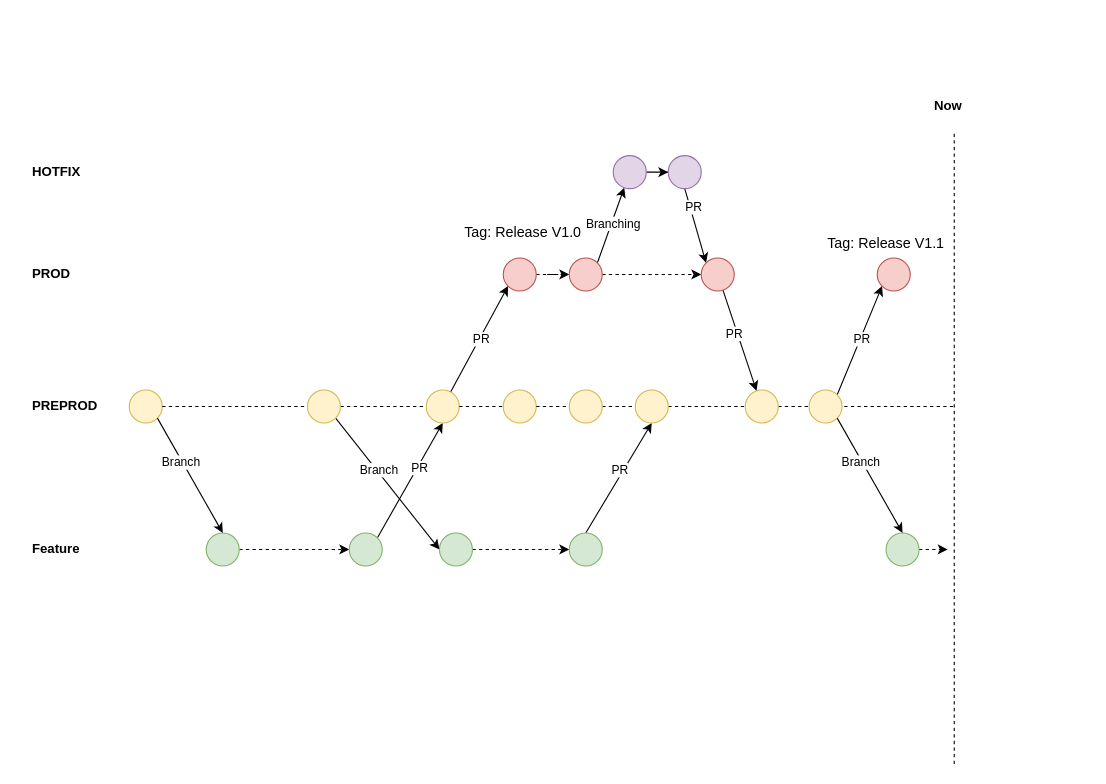
This is Untitled Diagram.drawio from jijeeshme/diagrams, a draw.io file, before an edit. Source tidied: cells renumbered, new cells numbered last; positions are measured from the earlier drawing's top-left corner, leaving out a move shared by most shapes. Both pictures are drawn from the tidied source at 110%, with x=0, y=0 at pixel (30, 89).
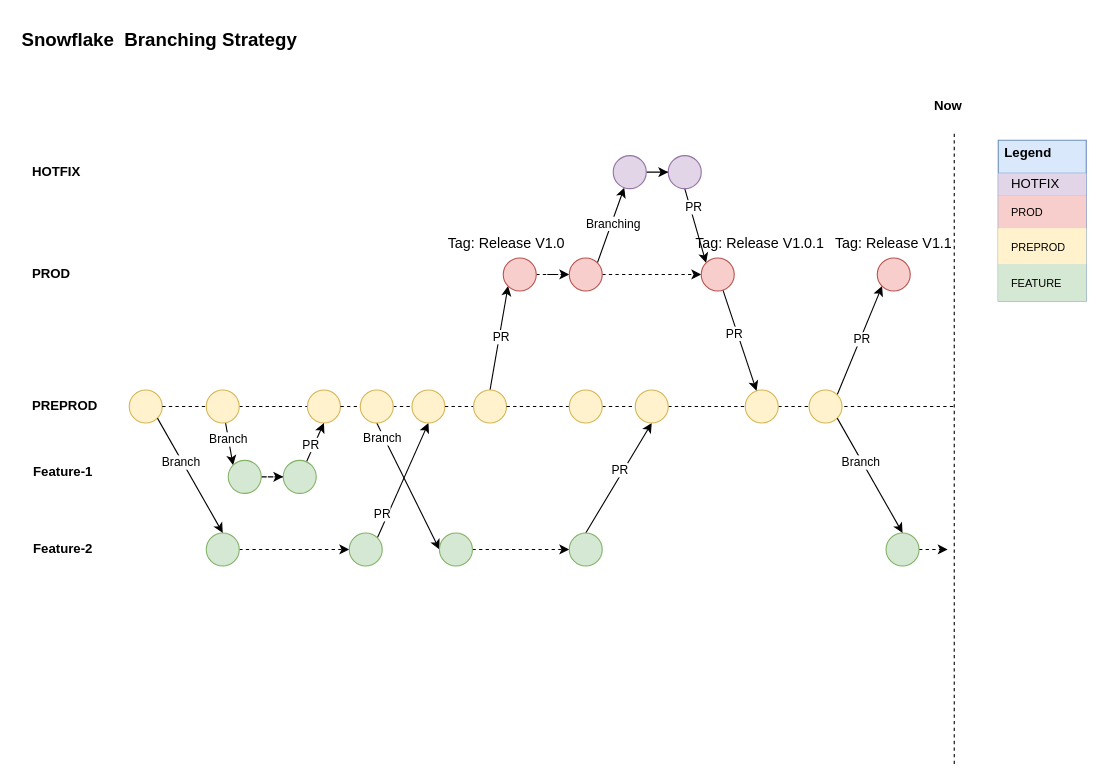
The same diagram, later.

Unchanged cells that the change refers to:
```xml
<mxCell id="2" style="ellipse;whiteSpace=wrap;html=1;fillColor=#fff2cc;strokeColor=#d6b656;" parent="1" vertex="1">
  <mxGeometry x="90" y="273" width="30" height="30" as="geometry" />
</mxCell>
<mxCell id="10" style="rounded=0;jettySize=auto;html=1;exitX=1;exitY=0;exitDx=0;exitDy=0;entryX=0.5;entryY=1;entryDx=0;entryDy=0;" parent="1" edge="1" source="12" target="16">
  <mxGeometry relative="1" as="geometry" />
</mxCell>
<mxCell id="18" style="ellipse;whiteSpace=wrap;html=1;fillColor=#f8cecc;strokeColor=#b85450;" parent="1" vertex="1">
  <mxGeometry x="430" y="153" width="30" height="30" as="geometry" />
</mxCell>
<mxCell id="23" style="ellipse;whiteSpace=wrap;html=1;fillColor=#fff2cc;strokeColor=#d6b656;" parent="1" vertex="1">
  <mxGeometry x="252" y="273" width="30" height="30" as="geometry" />
</mxCell>
<mxCell id="25" style="ellipse;whiteSpace=wrap;html=1;fillColor=#d5e8d4;strokeColor=#82b366;" parent="1" vertex="1">
  <mxGeometry x="372" y="403" width="30" height="30" as="geometry" />
</mxCell>
```

The edit, as a diff of the source:
```diff
@@
-    <mxCell id="7" value="Feature" style="text;html=1;strokeColor=none;fillColor=none;align=left;verticalAlign=middle;whiteSpace=wrap;rounded=0;fontStyle=1;" parent="1" vertex="1">
-      <mxGeometry y="403" width="60" height="30" as="geometry" />
+    <mxCell id="7" value="Feature-2" style="text;html=1;strokeColor=none;fillColor=none;align=left;verticalAlign=middle;whiteSpace=wrap;rounded=0;fontStyle=1;" parent="1" vertex="1">
+      <mxGeometry x="1" y="403" width="60" height="30" as="geometry" />
     </mxCell>
@@
     <mxCell id="11" value="PR" style="edgeLabel;html=1;align=center;verticalAlign=middle;" parent="10" vertex="1">
-      <mxGeometry x="0.23" y="-1" relative="1" as="geometry" />
+      <mxGeometry x="0.23" y="-1" relative="1" as="geometry">
+        <mxPoint x="-25" y="42" as="offset" />
+      </mxGeometry>
     </mxCell>
@@
-    <mxCell id="13" style="endArrow=none;dashed=1;html=1;rounded=0;exitX=1;exitY=0.5;exitDx=0;exitDy=0;" parent="1" edge="1" source="23" target="16">
+    <mxCell id="13" style="endArrow=none;dashed=1;html=1;rounded=0;exitX=1;exitY=0.5;exitDx=0;exitDy=0;" parent="1" edge="1" source="82" target="16">
       <mxGeometry relative="1" as="geometry" />
     </mxCell>
-    <mxCell id="14" style="rounded=0;jettySize=auto;html=1;entryX=0;entryY=1;entryDx=0;entryDy=0;" parent="1" edge="1" source="16" target="18">
+    <mxCell id="14" style="rounded=0;jettySize=auto;html=1;entryX=0;entryY=1;entryDx=0;entryDy=0;exitX=0.5;exitY=0;exitDx=0;exitDy=0;" parent="1" edge="1" source="45" target="18">
       <mxGeometry relative="1" as="geometry" />
     </mxCell>
@@
     <mxCell id="16" style="ellipse;whiteSpace=wrap;html=1;fillColor=#fff2cc;strokeColor=#d6b656;" parent="1" vertex="1">
-      <mxGeometry x="360" y="273" width="30" height="30" as="geometry" />
+      <mxGeometry x="347" y="273" width="30" height="30" as="geometry" />
     </mxCell>
@@
-    <mxCell id="20" style="endArrow=none;dashed=1;html=1;rounded=0;exitX=1;exitY=0.5;exitDx=0;exitDy=0;" parent="1" edge="1" source="2" target="23">
+    <mxCell id="20" style="endArrow=none;dashed=1;html=1;rounded=0;exitX=1;exitY=0.5;exitDx=0;exitDy=0;" parent="1" edge="1" source="74" target="23">
       <mxGeometry relative="1" as="geometry" />
     </mxCell>
-    <mxCell id="21" style="rounded=0;jettySize=auto;html=1;exitX=1;exitY=1;exitDx=0;exitDy=0;entryX=0;entryY=0.5;entryDx=0;entryDy=0;" parent="1" edge="1" source="23" target="25">
+    <mxCell id="21" style="rounded=0;jettySize=auto;html=1;exitX=0.5;exitY=1;exitDx=0;exitDy=0;entryX=0;entryY=0.5;entryDx=0;entryDy=0;" parent="1" edge="1" source="82" target="25">
       <mxGeometry relative="1" as="geometry" />
     </mxCell>
     <mxCell id="22" value="Branch" style="edgeLabel;html=1;align=center;verticalAlign=middle;" parent="21" vertex="1">
-      <mxGeometry x="-0.2" y="1" relative="1" as="geometry" />
+      <mxGeometry x="-0.2" y="1" relative="1" as="geometry">
+        <mxPoint x="-19" y="-32" as="offset" />
+      </mxGeometry>
     </mxCell>
@@
     <mxCell id="29" value="&lt;h1 style=&quot;font-size: 13px;&quot;&gt;&lt;span style=&quot;font-weight: normal;&quot;&gt;Tag: Release V1.0&lt;/span&gt;&lt;/h1&gt;" style="text;html=1;strokeColor=none;fillColor=none;spacing=5;spacingTop=-20;whiteSpace=wrap;overflow=hidden;rounded=0;fontSize=13;" parent="1" vertex="1">
-      <mxGeometry x="390" y="123" width="130" height="20" as="geometry" />
+      <mxGeometry x="375" y="133" width="130" height="20" as="geometry" />
     </mxCell>
@@
     <mxCell id="35" value="&lt;h1 style=&quot;font-size: 13px;&quot;&gt;&lt;span style=&quot;font-weight: normal;&quot;&gt;Tag: Release V1.1&lt;/span&gt;&lt;/h1&gt;" style="text;html=1;strokeColor=none;fillColor=none;spacing=5;spacingTop=-20;whiteSpace=wrap;overflow=hidden;rounded=0;fontSize=13;" parent="1" vertex="1">
-      <mxGeometry x="720" y="133" width="130" height="20" as="geometry" />
+      <mxGeometry x="727" y="133" width="130" height="20" as="geometry" />
     </mxCell>
@@
     <mxCell id="45" style="ellipse;whiteSpace=wrap;html=1;fillColor=#fff2cc;strokeColor=#d6b656;" parent="1" vertex="1">
-      <mxGeometry x="430" y="273" width="30" height="30" as="geometry" />
+      <mxGeometry x="403" y="273" width="30" height="30" as="geometry" />
     </mxCell>
@@
+    <mxCell id="61" value="Legend" style="shape=table;startSize=30;childLayout=tableLayout;fontSize=12;align=left;verticalAlign=top;fillColor=#dae8fc;strokeColor=#6c8ebf;fontStyle=1;spacingLeft=6;spacing=0;" parent="1" vertex="1">
+      <mxGeometry x="880" y="46" width="80" height="146" as="geometry" />
+    </mxCell>
+    <mxCell id="62" style="shape=tableRow;horizontal=0;startSize=0;swimlaneHead=0;swimlaneBody=0;strokeColor=inherit;top=0;left=0;bottom=0;right=0;fillColor=none;fontSize=10;" parent="61" vertex="1">
+      <mxGeometry y="30" width="80" height="20" as="geometry" />
+    </mxCell>
+    <mxCell id="63" value="HOTFIX" style="shape=partialRectangle;html=1;whiteSpace=wrap;strokeColor=#9673a6;overflow=hidden;fillColor=#e1d5e7;top=0;left=0;bottom=0;right=0;fontSize=12;align=left;spacingLeft=10;spacingRight=4;" parent="62" vertex="1">
+      <mxGeometry width="80" height="20" as="geometry" />
+    </mxCell>
+    <mxCell id="64" style="shape=tableRow;horizontal=0;startSize=0;swimlaneHead=0;swimlaneBody=0;strokeColor=inherit;top=0;left=0;bottom=0;right=0;fillColor=none;fontSize=12;" parent="61" vertex="1">
+      <mxGeometry y="50" width="80" height="30" as="geometry" />
+    </mxCell>
+    <mxCell id="65" value="PROD" style="shape=partialRectangle;html=1;whiteSpace=wrap;strokeColor=#b85450;overflow=hidden;fillColor=#f8cecc;top=0;left=0;bottom=0;right=0;fontSize=10;align=left;spacingLeft=10;spacingRight=4;" parent="64" vertex="1">
+      <mxGeometry width="80" height="30" as="geometry" />
+    </mxCell>
+    <mxCell id="66" style="shape=tableRow;horizontal=0;startSize=0;swimlaneHead=0;swimlaneBody=0;strokeColor=#d6b656;top=0;left=0;bottom=0;right=0;fillColor=#fff2cc;fontSize=12;" parent="61" vertex="1">
+      <mxGeometry y="80" width="80" height="33" as="geometry" />
+    </mxCell>
+    <mxCell id="67" value="&lt;font style=&quot;font-size: 10px;&quot;&gt;PREPROD&lt;/font&gt;" style="shape=partialRectangle;html=1;whiteSpace=wrap;strokeColor=#d6b656;overflow=hidden;fillColor=#fff2cc;top=0;left=0;bottom=0;right=0;fontSize=12;align=left;spacingLeft=10;spacingRight=4;" parent="66" vertex="1">
+      <mxGeometry width="80" height="33" as="geometry" />
+    </mxCell>
+    <mxCell id="68" style="shape=tableRow;horizontal=0;startSize=0;swimlaneHead=0;swimlaneBody=0;strokeColor=#82b366;top=0;left=0;bottom=0;right=0;fillColor=#d5e8d4;fontSize=12;" parent="61" vertex="1">
+      <mxGeometry y="113" width="80" height="33" as="geometry" />
+    </mxCell>
+    <mxCell id="69" value="&lt;font style=&quot;font-size: 10px;&quot;&gt;FEATURE&lt;/font&gt;" style="shape=partialRectangle;html=1;whiteSpace=wrap;strokeColor=#82b366;overflow=hidden;fillColor=#d5e8d4;top=0;left=0;bottom=0;right=0;fontSize=12;align=left;spacingLeft=10;spacingRight=4;" parent="68" vertex="1">
+      <mxGeometry width="80" height="33" as="geometry" />
+    </mxCell>
+    <mxCell id="70" value="&lt;h1 style=&quot;font-size: 13px;&quot;&gt;&lt;span style=&quot;font-weight: normal;&quot;&gt;Tag: Release V1.0.1&lt;/span&gt;&lt;/h1&gt;" style="text;html=1;strokeColor=none;fillColor=none;spacing=5;spacingTop=-20;whiteSpace=wrap;overflow=hidden;rounded=0;fontSize=13;" parent="1" vertex="1">
+      <mxGeometry x="600" y="133" width="130" height="20" as="geometry" />
+    </mxCell>
+    <mxCell id="71" style="endArrow=none;dashed=1;html=1;rounded=0;exitX=1;exitY=0.5;exitDx=0;exitDy=0;" parent="1" edge="1" source="2" target="74">
+      <mxGeometry relative="1" as="geometry" />
+    </mxCell>
+    <mxCell id="72" style="rounded=0;jettySize=auto;html=1;entryX=0;entryY=0;entryDx=0;entryDy=0;" parent="1" edge="1" source="74" target="77">
+      <mxGeometry relative="1" as="geometry" />
+    </mxCell>
+    <mxCell id="73" value="Branch" style="edgeLabel;html=1;align=center;verticalAlign=middle;" parent="72" vertex="1">
+      <mxGeometry x="-0.22" y="-1" relative="1" as="geometry" />
+    </mxCell>
+    <mxCell id="74" style="ellipse;whiteSpace=wrap;html=1;fillColor=#fff2cc;strokeColor=#d6b656;" parent="1" vertex="1">
+      <mxGeometry x="160" y="273" width="30" height="30" as="geometry" />
+    </mxCell>
+    <mxCell id="75" value="Feature-1" style="text;html=1;strokeColor=none;fillColor=none;align=left;verticalAlign=middle;whiteSpace=wrap;rounded=0;fontStyle=1;" parent="1" vertex="1">
+      <mxGeometry x="1" y="333" width="60" height="30" as="geometry" />
+    </mxCell>
+    <mxCell id="76" style="edgeStyle=orthogonalEdgeStyle;rounded=0;jettySize=auto;html=1;entryX=0;entryY=0.5;entryDx=0;entryDy=0;dashed=1;" parent="1" edge="1" source="77" target="80">
+      <mxGeometry relative="1" as="geometry" />
+    </mxCell>
+    <mxCell id="77" style="ellipse;whiteSpace=wrap;html=1;fillColor=#d5e8d4;strokeColor=#82b366;" parent="1" vertex="1">
+      <mxGeometry x="180" y="337" width="30" height="30" as="geometry" />
+    </mxCell>
+    <mxCell id="78" style="rounded=0;jettySize=auto;html=1;entryX=0.5;entryY=1;entryDx=0;entryDy=0;" parent="1" edge="1" source="80" target="23">
+      <mxGeometry relative="1" as="geometry" />
+    </mxCell>
+    <mxCell id="79" value="PR" style="edgeLabel;html=1;align=center;verticalAlign=middle;" parent="78" vertex="1">
+      <mxGeometry x="-0.15" y="3" relative="1" as="geometry" />
+    </mxCell>
+    <mxCell id="80" style="ellipse;whiteSpace=wrap;html=1;fillColor=#d5e8d4;strokeColor=#82b366;" parent="1" vertex="1">
+      <mxGeometry x="230" y="337" width="30" height="30" as="geometry" />
+    </mxCell>
+    <mxCell id="81" style="endArrow=none;dashed=1;html=1;rounded=0;exitX=1;exitY=0.5;exitDx=0;exitDy=0;" parent="1" edge="1" source="23" target="82">
+      <mxGeometry relative="1" as="geometry" />
+    </mxCell>
+    <mxCell id="82" style="ellipse;whiteSpace=wrap;html=1;fillColor=#fff2cc;strokeColor=#d6b656;" parent="1" vertex="1">
+      <mxGeometry x="300" y="273" width="30" height="30" as="geometry" />
+    </mxCell>
+    <mxCell id="83" value="&lt;b&gt;&lt;font style=&quot;font-size: 17px;&quot;&gt;Snowflake&amp;nbsp; Branching Strategy&amp;nbsp;&lt;/font&gt;&lt;/b&gt;" style="text;html=1;strokeColor=none;fillColor=none;align=center;verticalAlign=middle;whiteSpace=wrap;rounded=0;" parent="1" vertex="1">
+      <mxGeometry x="-10" y="-64" width="260" height="40" as="geometry" />
+    </mxCell>
```
